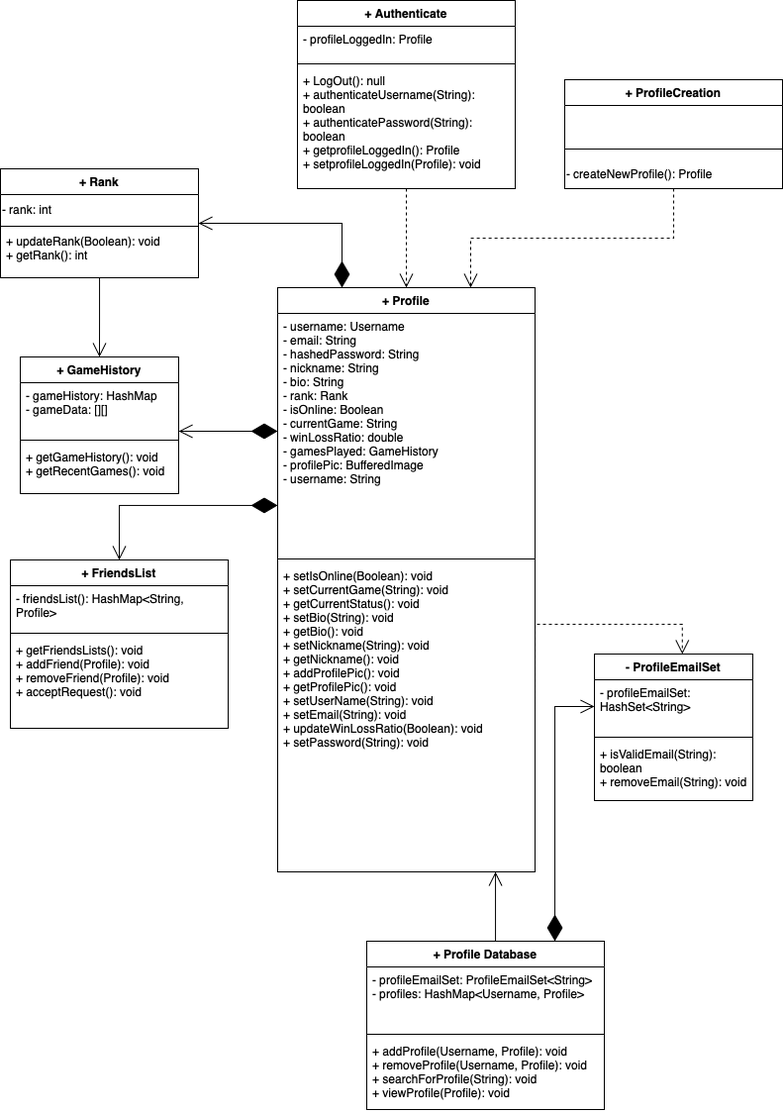
Above: Authentication_documents/authentication_class_structure_diagram.png in illiteratewaffle/RetroArcade (draw.io), before the change. Source tidied: cells renumbered, new cells last; positions are measured from the earlier drawing's top-left corner, leaving out a move shared by most shapes.
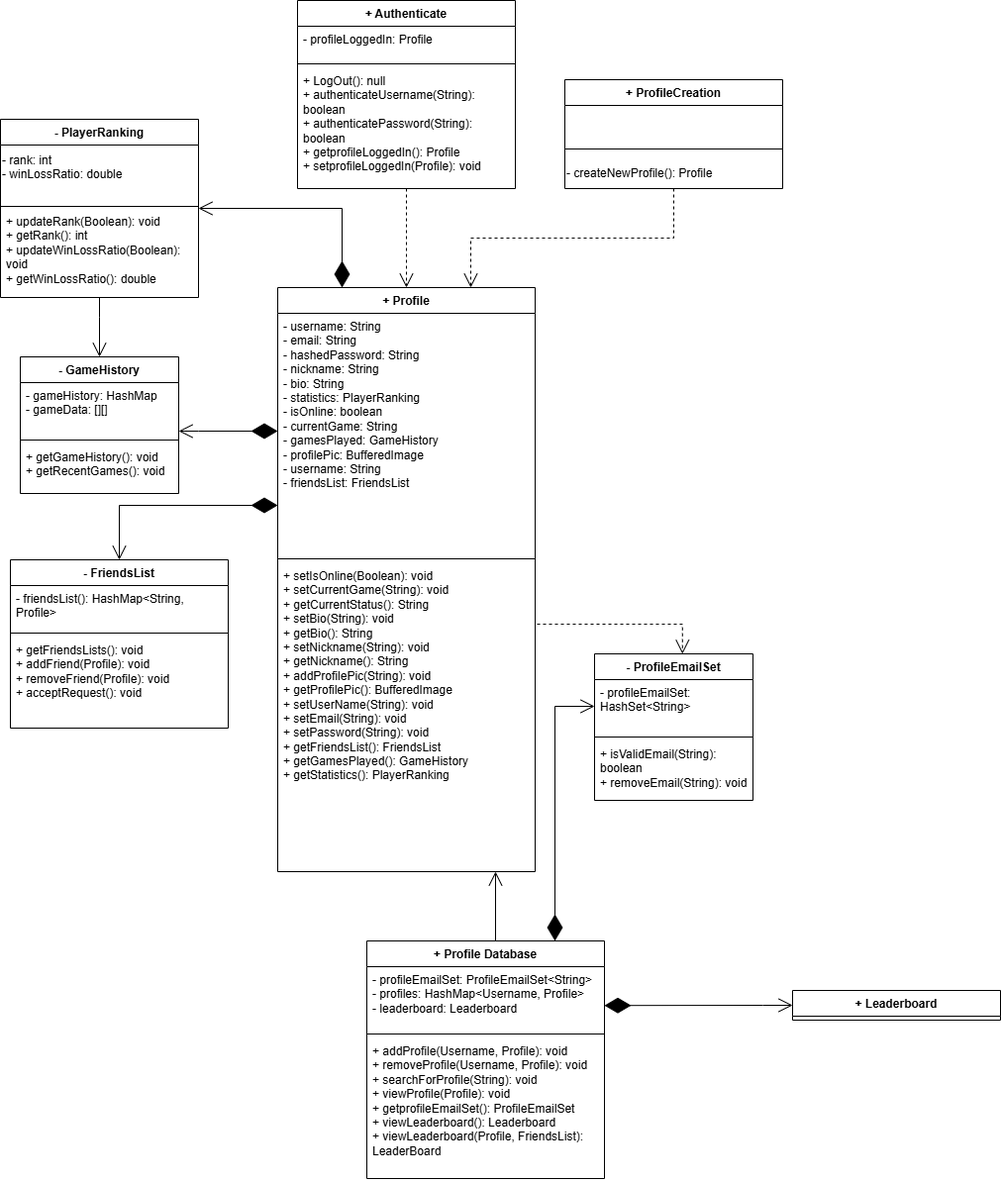
The same diagram one commit later.

What changed in the source:
```diff
@@ -2,7 +2,7 @@
   <root>
     <mxCell id="0" />
     <mxCell id="1" parent="0" />
-    <mxCell id="2" value="+ GameHistory" style="swimlane;fontStyle=1;align=center;verticalAlign=top;horizontal=1;startSize=26;whiteSpace=wrap;html=1;" parent="1" vertex="1">
+    <mxCell id="2" value="- GameHistory" style="swimlane;fontStyle=1;align=center;verticalAlign=top;horizontal=1;startSize=26;whiteSpace=wrap;html=1;" parent="1" vertex="1">
       <mxGeometry x="20" y="360" width="160" height="138" as="geometry" />
     </mxCell>
     <mxCell id="3" value="- gameHistory: HashMap&lt;div&gt;- gameData: [][]&lt;/div&gt;" style="text;strokeColor=none;fillColor=none;align=left;verticalAlign=top;spacingLeft=4;spacingRight=4;overflow=hidden;whiteSpace=wrap;html=1;" parent="2" vertex="1">
@@ -34,7 +34,7 @@
         </Array>
       </mxGeometry>
     </mxCell>
-    <mxCell id="11" value="+ FriendsList" style="swimlane;fontStyle=1;align=center;verticalAlign=top;horizontal=1;startSize=26;whiteSpace=wrap;html=1;" parent="1" vertex="1">
+    <mxCell id="11" value="- FriendsList" style="swimlane;fontStyle=1;align=center;verticalAlign=top;horizontal=1;startSize=26;whiteSpace=wrap;html=1;" parent="1" vertex="1">
       <mxGeometry x="10" y="565" width="220" height="170" as="geometry" />
     </mxCell>
     <mxCell id="12" value="- friendsList(): HashMap&amp;lt;String, Profile&amp;gt;" style="text;strokeColor=none;fillColor=none;align=left;verticalAlign=top;spacingLeft=4;spacingRight=4;overflow=hidden;whiteSpace=wrap;html=1;" parent="11" vertex="1">
@@ -53,17 +53,17 @@
         </Array>
       </mxGeometry>
     </mxCell>
-    <mxCell id="16" value="+ Rank" style="swimlane;fontStyle=1;align=center;verticalAlign=top;horizontal=1;startSize=26;whiteSpace=wrap;html=1;" parent="1" vertex="1">
-      <mxGeometry y="170" width="200" height="110" as="geometry" />
+    <mxCell id="16" value="- PlayerRanking" style="swimlane;fontStyle=1;align=center;verticalAlign=top;horizontal=1;startSize=26;whiteSpace=wrap;html=1;" parent="1" vertex="1">
+      <mxGeometry y="120" width="200" height="180" as="geometry" />
     </mxCell>
-    <mxCell id="17" value="- rank: int" style="text;html=1;align=left;verticalAlign=middle;strokeColor=none;fillColor=none;" parent="16" vertex="1">
-      <mxGeometry y="26" width="200" height="30" as="geometry" />
+    <mxCell id="17" value="- rank: int&lt;div&gt;- winLossRatio: double&lt;/div&gt;&lt;div&gt;&lt;br&gt;&lt;/div&gt;" style="text;html=1;align=left;verticalAlign=middle;strokeColor=none;fillColor=none;" parent="16" vertex="1">
+      <mxGeometry y="26" width="200" height="60" as="geometry" />
     </mxCell>
     <mxCell id="18" style="line;strokeWidth=1;fillColor=none;align=left;verticalAlign=middle;spacingTop=-1;spacingLeft=3;spacingRight=3;labelPosition=right;strokeColor=inherit;" parent="16" vertex="1">
-      <mxGeometry y="56" width="200" height="4" as="geometry" />
+      <mxGeometry y="86" width="200" height="4" as="geometry" />
     </mxCell>
-    <mxCell id="19" value="+ updateRank(Boolean): void&lt;div&gt;+ getRank(): int&lt;/div&gt;" style="text;strokeColor=none;fillColor=none;align=left;verticalAlign=top;spacingLeft=4;spacingRight=4;overflow=hidden;points=[[0,0.5],[1,0.5]];portConstraint=eastwest;whiteSpace=wrap;html=1;" parent="16" vertex="1">
-      <mxGeometry y="60" width="200" height="50" as="geometry" />
+    <mxCell id="19" value="+ updateRank(Boolean): void&lt;div&gt;+ getRank(): int&lt;/div&gt;&lt;div&gt;&lt;div&gt;+ updateWinLossRatio(Boolean): void&lt;/div&gt;&lt;div&gt;+ getWinLossRatio(): double&lt;/div&gt;&lt;/div&gt;" style="text;strokeColor=none;fillColor=none;align=left;verticalAlign=top;spacingLeft=4;spacingRight=4;overflow=hidden;points=[[0,0.5],[1,0.5]];portConstraint=eastwest;whiteSpace=wrap;html=1;" parent="16" vertex="1">
+      <mxGeometry y="90" width="200" height="90" as="geometry" />
     </mxCell>
     <mxCell id="20" style="edgeStyle=orthogonalEdgeStyle;rounded=0;jettySize=auto;html=1;endArrow=open;endFill=0;endSize=12;entryX=0.5;entryY=0;entryDx=0;entryDy=0;" parent="1" edge="1" source="19" target="2">
       <mxGeometry relative="1" as="geometry">
@@ -107,16 +107,16 @@
       </mxGeometry>
     </mxCell>
     <mxCell id="29" value="+ Profile Database" style="swimlane;fontStyle=1;align=center;verticalAlign=top;horizontal=1;startSize=26;whiteSpace=wrap;html=1;" parent="1" vertex="1">
-      <mxGeometry x="370" y="950" width="240" height="170" as="geometry" />
+      <mxGeometry x="370" y="950" width="240" height="240" as="geometry" />
     </mxCell>
-    <mxCell id="30" value="- profileEmailSet: ProfileEmailSet&amp;lt;String&amp;gt;&lt;div&gt;- profiles: HashMap&amp;lt;Username, Profile&amp;gt;&lt;/div&gt;" style="text;strokeColor=none;fillColor=none;align=left;verticalAlign=top;spacingLeft=4;spacingRight=4;overflow=hidden;points=[[0,0.5],[1,0.5]];portConstraint=eastwest;whiteSpace=wrap;html=1;" parent="29" vertex="1">
+    <mxCell id="30" value="- profileEmailSet: ProfileEmailSet&amp;lt;String&amp;gt;&lt;div&gt;- profiles: HashMap&amp;lt;Username, Profile&amp;gt;&lt;/div&gt;&lt;div&gt;- leaderboard: Leaderboard&lt;/div&gt;" style="text;strokeColor=none;fillColor=none;align=left;verticalAlign=top;spacingLeft=4;spacingRight=4;overflow=hidden;points=[[0,0.5],[1,0.5]];portConstraint=eastwest;whiteSpace=wrap;html=1;" parent="29" vertex="1">
       <mxGeometry y="26" width="240" height="64" as="geometry" />
     </mxCell>
     <mxCell id="31" style="line;strokeWidth=1;fillColor=none;align=left;verticalAlign=middle;spacingTop=-1;spacingLeft=3;spacingRight=3;labelPosition=right;strokeColor=inherit;" parent="29" vertex="1">
       <mxGeometry y="90" width="240" height="8" as="geometry" />
     </mxCell>
-    <mxCell id="32" value="+ addProfile(Username, Profile): void&lt;div&gt;+ removeProfile(Username, Profile): void&lt;/div&gt;&lt;div&gt;&lt;span style=&quot;background-color: transparent; color: light-dark(rgb(0, 0, 0), rgb(255, 255, 255));&quot;&gt;+ searchForProfile(String): void&lt;/span&gt;&lt;/div&gt;&lt;div&gt;&lt;div&gt;+ viewProfile(Profile): void&lt;/div&gt;&lt;/div&gt;" style="text;strokeColor=none;fillColor=none;align=left;verticalAlign=top;spacingLeft=4;spacingRight=4;overflow=hidden;whiteSpace=wrap;html=1;" parent="29" vertex="1">
-      <mxGeometry y="98" width="240" height="72" as="geometry" />
+    <mxCell id="32" value="+ addProfile(Username, Profile): void&lt;div&gt;+ removeProfile(Username, Profile): void&lt;/div&gt;&lt;div&gt;&lt;span style=&quot;background-color: transparent; color: light-dark(rgb(0, 0, 0), rgb(255, 255, 255));&quot;&gt;+ searchForProfile(String): void&lt;/span&gt;&lt;/div&gt;&lt;div&gt;&lt;div&gt;+ viewProfile(Profile): void&lt;/div&gt;&lt;/div&gt;&lt;div&gt;+ getprofileEmailSet(): ProfileEmailSet&lt;/div&gt;&lt;div&gt;+ viewLeaderboard(): Leaderboard&lt;/div&gt;&lt;div&gt;+ viewLeaderboard(Profile, FriendsList): LeaderBoard&lt;/div&gt;" style="text;strokeColor=none;fillColor=none;align=left;verticalAlign=top;spacingLeft=4;spacingRight=4;overflow=hidden;whiteSpace=wrap;html=1;" parent="29" vertex="1">
+      <mxGeometry y="98" width="240" height="142" as="geometry" />
     </mxCell>
     <mxCell id="33" style="edgeStyle=orthogonalEdgeStyle;rounded=0;jettySize=auto;html=1;endArrow=diamondThin;endFill=1;endSize=24;startArrow=open;startFill=0;startSize=12;" parent="1" edge="1" source="7" target="29">
       <mxGeometry relative="1" as="geometry">
@@ -148,14 +148,24 @@
     <mxCell id="39" value="+ Profile" style="swimlane;fontStyle=1;align=center;verticalAlign=top;horizontal=1;startSize=26;whiteSpace=wrap;html=1;" parent="1" vertex="1">
       <mxGeometry x="280" y="290" width="260" height="590" as="geometry" />
     </mxCell>
-    <mxCell id="40" value="- username: Username&lt;br&gt;&lt;div&gt;&lt;span style=&quot;text-wrap-mode: nowrap; background-color: transparent; color: light-dark(rgb(0, 0, 0), rgb(255, 255, 255));&quot;&gt;- email: String&lt;/span&gt;&lt;/div&gt;&lt;div&gt;&lt;span style=&quot;background-color: transparent; color: light-dark(rgb(0, 0, 0), rgb(255, 255, 255));&quot;&gt;- hashedPassword: String&lt;/span&gt;&lt;/div&gt;&lt;div&gt;&lt;span style=&quot;text-wrap-mode: nowrap; background-color: transparent; color: light-dark(rgb(0, 0, 0), rgb(255, 255, 255));&quot;&gt;- nickname: String&lt;/span&gt;&lt;/div&gt;&lt;div&gt;&lt;span style=&quot;text-wrap-mode: nowrap; background-color: transparent; color: light-dark(rgb(0, 0, 0), rgb(255, 255, 255));&quot;&gt;- bio: String&lt;/span&gt;&lt;/div&gt;&lt;div&gt;- rank: Rank&lt;/div&gt;&lt;div&gt;- isOnline: Boolean&lt;/div&gt;&lt;div&gt;- currentGame: String&lt;/div&gt;&lt;div&gt;&lt;span style=&quot;text-wrap-mode: nowrap; background-color: transparent; color: light-dark(rgb(0, 0, 0), rgb(255, 255, 255));&quot;&gt;- winLossRatio: double&lt;/span&gt;&lt;/div&gt;&lt;div&gt;&lt;span style=&quot;background-color: transparent; color: light-dark(rgb(0, 0, 0), rgb(255, 255, 255));&quot;&gt;- gamesPlayed: GameHistory&lt;/span&gt;&lt;/div&gt;&lt;div&gt;&lt;span style=&quot;text-wrap-mode: nowrap;&quot;&gt;- profilePic: BufferedImage&lt;/span&gt;&lt;/div&gt;&lt;div&gt;&lt;span style=&quot;text-wrap-mode: nowrap;&quot;&gt;- username: String&lt;/span&gt;&lt;/div&gt;" style="text;strokeColor=none;fillColor=none;align=left;verticalAlign=top;spacingLeft=4;spacingRight=4;overflow=hidden;points=[[0,0.5],[1,0.5]];portConstraint=eastwest;whiteSpace=wrap;html=1;" parent="39" vertex="1">
+    <mxCell id="40" value="- username: String&lt;br&gt;&lt;div&gt;&lt;span style=&quot;text-wrap-mode: nowrap; background-color: transparent; color: light-dark(rgb(0, 0, 0), rgb(255, 255, 255));&quot;&gt;- email: String&lt;/span&gt;&lt;/div&gt;&lt;div&gt;&lt;span style=&quot;background-color: transparent; color: light-dark(rgb(0, 0, 0), rgb(255, 255, 255));&quot;&gt;- hashedPassword: String&lt;/span&gt;&lt;/div&gt;&lt;div&gt;&lt;span style=&quot;text-wrap-mode: nowrap; background-color: transparent; color: light-dark(rgb(0, 0, 0), rgb(255, 255, 255));&quot;&gt;- nickname: String&lt;/span&gt;&lt;/div&gt;&lt;div&gt;&lt;span style=&quot;text-wrap-mode: nowrap; background-color: transparent; color: light-dark(rgb(0, 0, 0), rgb(255, 255, 255));&quot;&gt;- bio: String&lt;/span&gt;&lt;/div&gt;&lt;div&gt;- statistics: PlayerRanking&lt;/div&gt;&lt;div&gt;- isOnline: boolean&lt;/div&gt;&lt;div&gt;- currentGame: String&lt;/div&gt;&lt;div&gt;&lt;span style=&quot;background-color: transparent; color: light-dark(rgb(0, 0, 0), rgb(255, 255, 255));&quot;&gt;- gamesPlayed: GameHistory&lt;/span&gt;&lt;/div&gt;&lt;div&gt;&lt;span style=&quot;text-wrap-mode: nowrap;&quot;&gt;- profilePic: BufferedImage&lt;/span&gt;&lt;/div&gt;&lt;div&gt;&lt;span style=&quot;text-wrap-mode: nowrap;&quot;&gt;- username: String&lt;/span&gt;&lt;/div&gt;&lt;div&gt;&lt;span style=&quot;text-wrap-mode: nowrap;&quot;&gt;- friendsList: FriendsList&lt;/span&gt;&lt;/div&gt;" style="text;strokeColor=none;fillColor=none;align=left;verticalAlign=top;spacingLeft=4;spacingRight=4;overflow=hidden;points=[[0,0.5],[1,0.5]];portConstraint=eastwest;whiteSpace=wrap;html=1;" parent="39" vertex="1">
       <mxGeometry y="26" width="260" height="244" as="geometry" />
     </mxCell>
     <mxCell id="41" style="line;strokeWidth=1;fillColor=none;align=left;verticalAlign=middle;spacingTop=-1;spacingLeft=3;spacingRight=3;labelPosition=right;strokeColor=inherit;" parent="39" vertex="1">
       <mxGeometry y="270" width="260" height="8" as="geometry" />
     </mxCell>
-    <mxCell id="42" value="&lt;span style=&quot;text-wrap-mode: nowrap;&quot;&gt;+ setIsOnline(Boolean): void&lt;/span&gt;&lt;div style=&quot;text-wrap-mode: nowrap;&quot;&gt;+ setCurrentGame(String): void&lt;/div&gt;&lt;div style=&quot;text-wrap-mode: nowrap;&quot;&gt;+ getCurrentStatus(): void&lt;/div&gt;&lt;div style=&quot;text-wrap-mode: nowrap;&quot;&gt;&lt;div style=&quot;text-wrap-mode: wrap;&quot;&gt;+ setBio(String): void&lt;/div&gt;&lt;div style=&quot;text-wrap-mode: wrap;&quot;&gt;+ getBio(): void&lt;/div&gt;&lt;/div&gt;&lt;div&gt;&lt;div&gt;+ setNickname(String): void&lt;/div&gt;&lt;div&gt;+ getNickname(): void&lt;br&gt;&lt;div&gt;+ addProfilePic(): void&lt;/div&gt;&lt;div&gt;+ getProfilePic(): void&lt;/div&gt;&lt;/div&gt;&lt;/div&gt;&lt;div&gt;&lt;div&gt;+ setUserName(String): void&lt;/div&gt;&lt;div&gt;+ setEmail(String): void&lt;/div&gt;&lt;div&gt;+ updateWinLossRatio(Boolean): void&lt;/div&gt;&lt;div&gt;+ setPassword(String): void&lt;/div&gt;&lt;div&gt;&lt;br&gt;&lt;/div&gt;&lt;/div&gt;" style="text;strokeColor=none;fillColor=none;align=left;verticalAlign=top;spacingLeft=4;spacingRight=4;overflow=hidden;points=[[0,0.5],[1,0.5]];portConstraint=eastwest;whiteSpace=wrap;html=1;" parent="39" vertex="1">
+    <mxCell id="42" value="&lt;span style=&quot;text-wrap-mode: nowrap;&quot;&gt;+ setIsOnline(Boolean): void&lt;/span&gt;&lt;div style=&quot;text-wrap-mode: nowrap;&quot;&gt;+ setCurrentGame(String): void&lt;/div&gt;&lt;div style=&quot;text-wrap-mode: nowrap;&quot;&gt;+ getCurrentStatus(): String&lt;/div&gt;&lt;div style=&quot;text-wrap-mode: nowrap;&quot;&gt;&lt;div style=&quot;text-wrap-mode: wrap;&quot;&gt;+ setBio(String): void&lt;/div&gt;&lt;div style=&quot;text-wrap-mode: wrap;&quot;&gt;+ getBio(): String&lt;/div&gt;&lt;/div&gt;&lt;div&gt;&lt;div&gt;+ setNickname(String): void&lt;/div&gt;&lt;div&gt;+ getNickname(): String&lt;br&gt;&lt;div&gt;+ addProfilePic(String): void&lt;/div&gt;&lt;div&gt;+ getProfilePic(): BufferedImage&lt;/div&gt;&lt;/div&gt;&lt;/div&gt;&lt;div&gt;&lt;div&gt;+ setUserName(String): void&lt;/div&gt;&lt;div&gt;+ setEmail(String): void&lt;/div&gt;&lt;div&gt;+ setPassword(String): void&lt;/div&gt;&lt;div&gt;+ getFriendsList(): FriendsList&lt;/div&gt;&lt;div&gt;+ getGamesPlayed(): GameHistory&lt;/div&gt;&lt;div&gt;+ getStatistics(): PlayerRanking&lt;/div&gt;&lt;div&gt;&lt;br&gt;&lt;/div&gt;&lt;/div&gt;" style="text;strokeColor=none;fillColor=none;align=left;verticalAlign=top;spacingLeft=4;spacingRight=4;overflow=hidden;points=[[0,0.5],[1,0.5]];portConstraint=eastwest;whiteSpace=wrap;html=1;" parent="39" vertex="1">
       <mxGeometry y="278" width="260" height="312" as="geometry" />
     </mxCell>
+    <mxCell id="43" value="+ Leaderboard" style="swimlane;fontStyle=1;align=center;verticalAlign=top;horizontal=1;startSize=26;whiteSpace=wrap;html=1;" parent="1" vertex="1" collapsed="1">
+      <mxGeometry x="800" y="1000" width="210" height="30" as="geometry" />
+    </mxCell>
+    <mxCell id="44" style="edgeStyle=orthogonalEdgeStyle;rounded=0;jettySize=auto;html=1;endArrow=diamondThin;endFill=1;endSize=24;startArrow=open;startFill=0;startSize=12;entryX=1;entryY=0.613;entryDx=0;entryDy=0;entryPerimeter=0;exitX=0;exitY=0.5;exitDx=0;exitDy=0;" parent="1" edge="1" source="43" target="30">
+      <mxGeometry relative="1" as="geometry">
+        <Array as="points">
+          <mxPoint x="770" y="1015" />
+        </Array>
+      </mxGeometry>
+    </mxCell>
   </root>
 </mxGraphModel>
```
